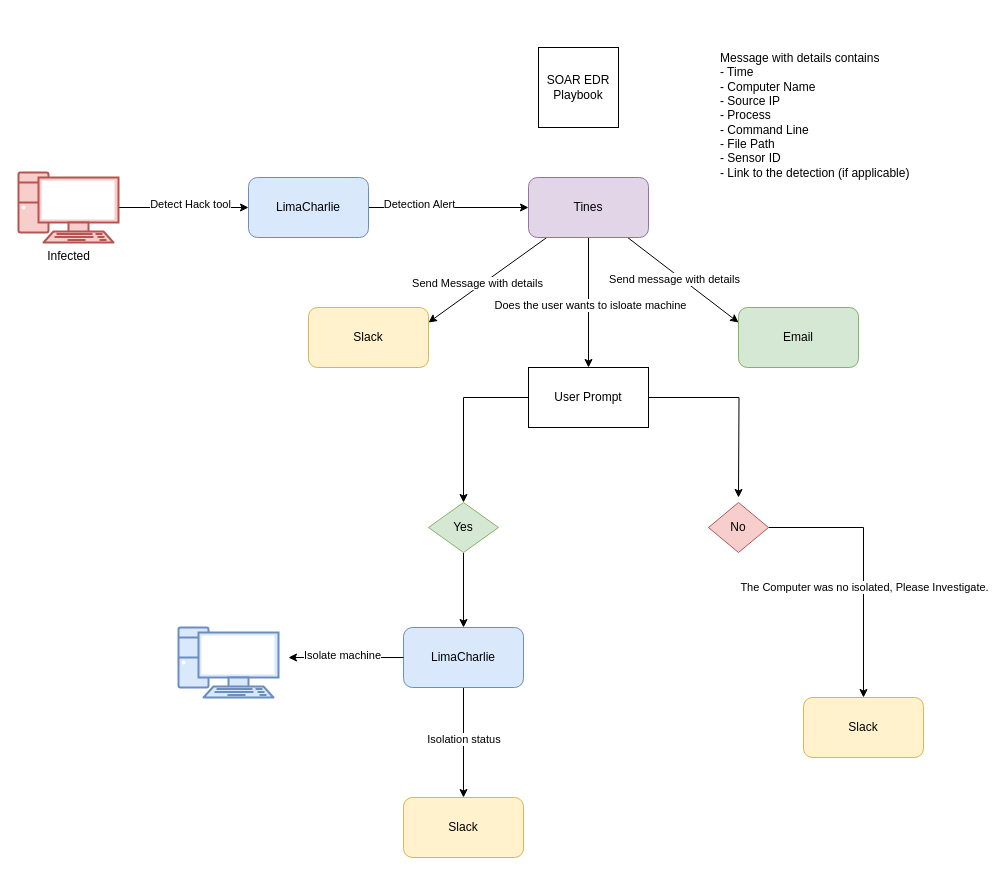
MRShittu0/Cybersecurity keeps this draw.io diagram as SOAR Project.drawio. Above is the earlier version. Source tidied: cells renumbered, new cells numbered last; positions are measured from the earlier drawing's top-left corner, leaving out a move shared by most shapes. Both pictures are drawn from the tidied source at 100%, with x=0, y=0 at pixel (18, 17).
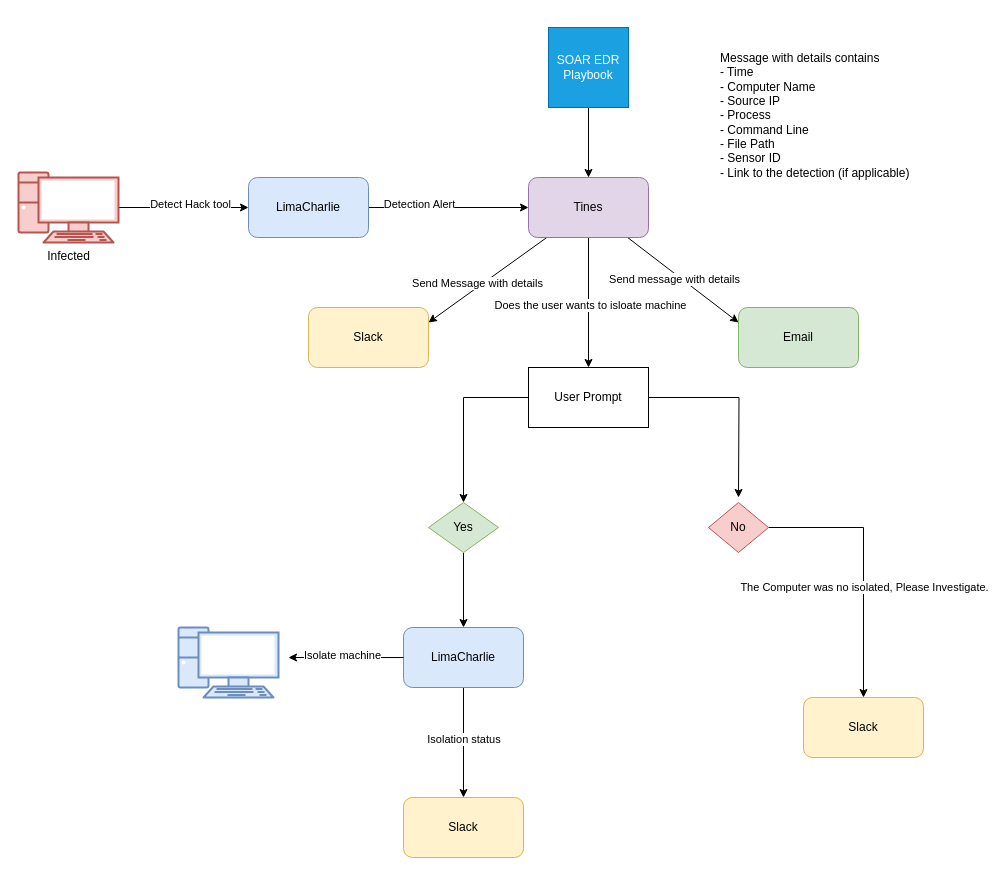
The same page after the edit.

Unchanged cells that the change refers to:
```xml
<mxCell id="14" value="Tines" style="rounded=1;whiteSpace=wrap;html=1;fillColor=#e1d5e7;strokeColor=#9673a6;" parent="1" vertex="1">
  <mxGeometry x="510" y="160" width="120" height="60" as="geometry" />
</mxCell>
```

The edit, as a diff of the source:
```diff
@@
+    <mxCell id="35" style="edgeStyle=orthogonalEdgeStyle;rounded=0;jettySize=auto;html=1;" parent="1" edge="1" source="2" target="14">
+      <mxGeometry relative="1" as="geometry" />
+    </mxCell>
-    <mxCell id="2" value="SOAR EDR Playbook" style="whiteSpace=wrap;html=1;" parent="1" vertex="1">
-      <mxGeometry x="520" y="30" width="80" height="80" as="geometry" />
+    <mxCell id="2" value="SOAR EDR Playbook" style="whiteSpace=wrap;html=1;fillColor=#1ba1e2;fontColor=#ffffff;strokeColor=#006EAF;" parent="1" vertex="1">
+      <mxGeometry x="530" y="10" width="80" height="80" as="geometry" />
     </mxCell>
```
